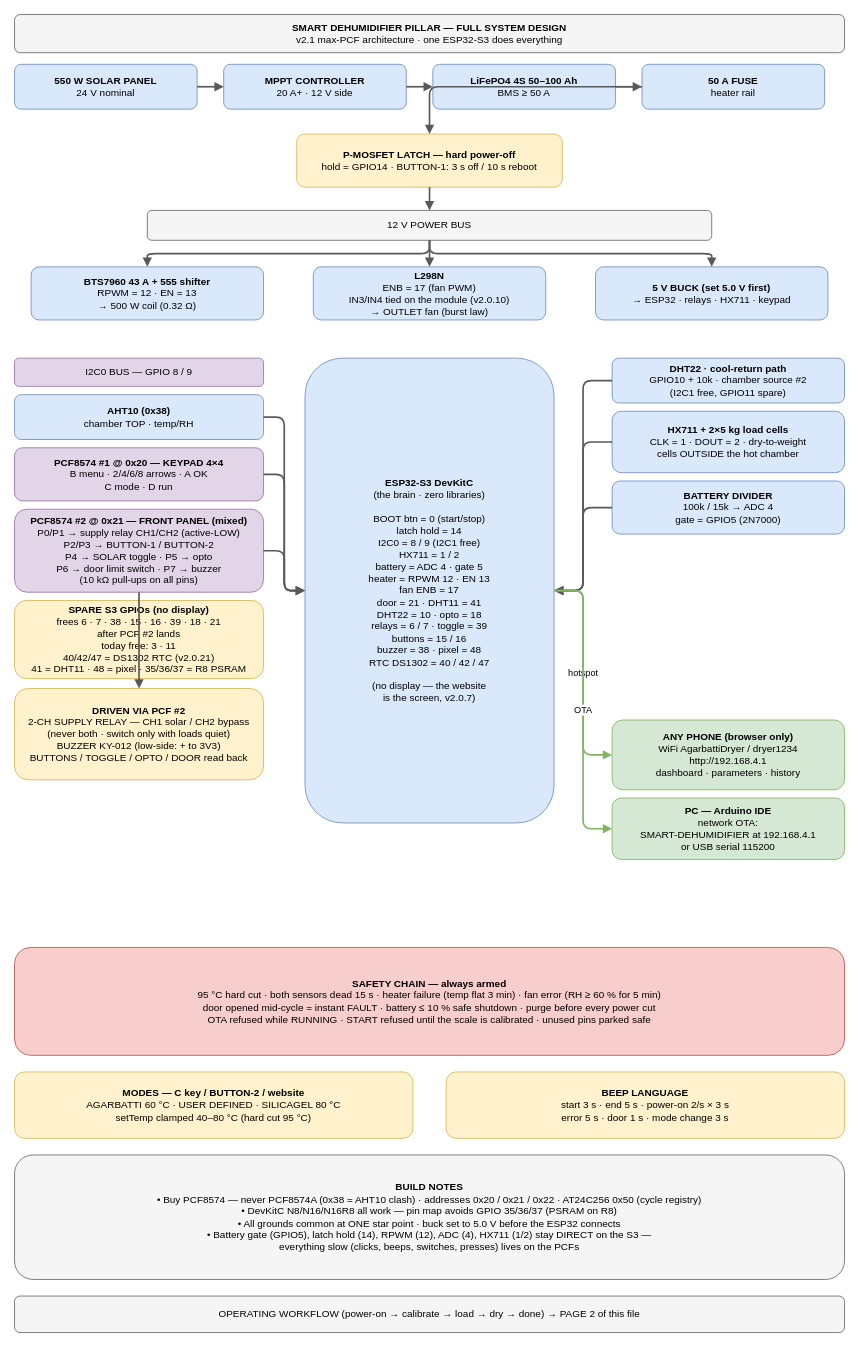
This is page "1 · System Design" (1 of 3) of SMART-DEHUMIDIFIER/docs/design-workflow.drawio from PAVAN-NIKHIL-993/SIH_2026_022, a draw.io file, before an edit. Source tidied: cells renumbered, new cells numbered last; positions are measured from the earlier drawing's top-left corner, leaving out a move shared by most shapes. Both pictures are drawn from the tidied source at 83%, with x=0, y=0 at pixel (14, 14).
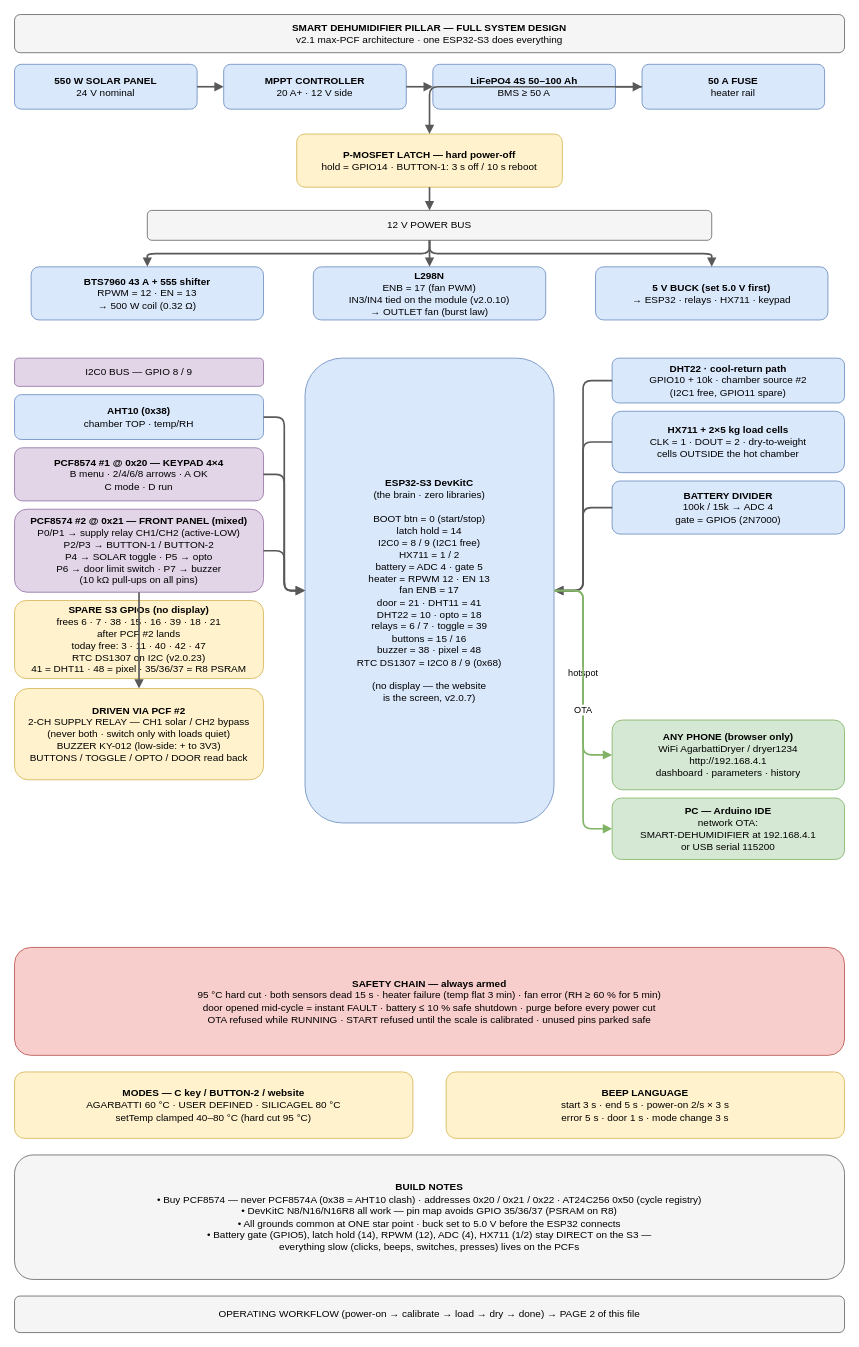
After the change.

Change to the diagram source:
```diff
@@
-    <mxCell id="12" value="&lt;b&gt;ESP32-S3 DevKitC&lt;/b&gt;&lt;br&gt;(the brain · zero libraries)&lt;br&gt;&lt;br&gt;BOOT btn = 0 (start/stop)&lt;br&gt;latch hold = 14&lt;br&gt;I2C0 = 8 / 9 (I2C1 free)&lt;br&gt;HX711 = 1 / 2&lt;br&gt;battery = ADC 4 · gate 5&lt;br&gt;heater = RPWM 12 · EN 13&lt;br&gt;fan ENB = 17&lt;br&gt;door = 21 · DHT11 = 41&lt;br&gt;DHT22 = 10 · opto = 18&lt;br&gt;relays = 6 / 7 · toggle = 39&lt;br&gt;buttons = 15 / 16&lt;br&gt;buzzer = 38 · pixel = 48&lt;br&gt;RTC DS1302 = 40 / 42 / 47&lt;br&gt;&lt;br&gt;(no display — the website&lt;br&gt;is the screen, v2.0.7)" style="rounded=1;whiteSpace=wrap;html=1;fillColor=#dae8fc;strokeColor=#6c8ebf;fontSize=12;" parent="1" vertex="1">
+    <mxCell id="12" value="&lt;b&gt;ESP32-S3 DevKitC&lt;/b&gt;&lt;br&gt;(the brain · zero libraries)&lt;br&gt;&lt;br&gt;BOOT btn = 0 (start/stop)&lt;br&gt;latch hold = 14&lt;br&gt;I2C0 = 8 / 9 (I2C1 free)&lt;br&gt;HX711 = 1 / 2&lt;br&gt;battery = ADC 4 · gate 5&lt;br&gt;heater = RPWM 12 · EN 13&lt;br&gt;fan ENB = 17&lt;br&gt;door = 21 · DHT11 = 41&lt;br&gt;DHT22 = 10 · opto = 18&lt;br&gt;relays = 6 / 7 · toggle = 39&lt;br&gt;buttons = 15 / 16&lt;br&gt;buzzer = 38 · pixel = 48&lt;br&gt;RTC DS1307 = I2C0 8 / 9 (0x68)&lt;br&gt;&lt;br&gt;(no display — the website&lt;br&gt;is the screen, v2.0.7)" style="rounded=1;whiteSpace=wrap;html=1;fillColor=#dae8fc;strokeColor=#6c8ebf;fontSize=12;" parent="1" vertex="1">
       <mxGeometry x="350" y="414" width="300" height="560" as="geometry" />
     </mxCell>
@@
-    <mxCell id="17" value="&lt;b&gt;SPARE S3 GPIOs (no display)&lt;/b&gt;&lt;br&gt;frees 6 · 7 · 38 · 15 · 16 · 39 · 18 · 21&lt;br&gt;after PCF #2 lands&lt;br&gt;today free: 3 · 11&lt;br&gt;40/42/47 = DS1302 RTC (v2.0.21)&lt;br&gt;41 = DHT11 · 48 = pixel · 35/36/37 = R8 PSRAM" style="rounded=1;whiteSpace=wrap;html=1;fillColor=#fff2cc;strokeColor=#d6b656;fontSize=12;" parent="1" vertex="1">
+    <mxCell id="17" value="&lt;b&gt;SPARE S3 GPIOs (no display)&lt;/b&gt;&lt;br&gt;frees 6 · 7 · 38 · 15 · 16 · 39 · 18 · 21&lt;br&gt;after PCF #2 lands&lt;br&gt;today free: 3 · 11 · 40 · 42 · 47&lt;br&gt;RTC DS1307 on I2C (v2.0.23)&lt;br&gt;41 = DHT11 · 48 = pixel · 35/36/37 = R8 PSRAM" style="rounded=1;whiteSpace=wrap;html=1;fillColor=#fff2cc;strokeColor=#d6b656;fontSize=12;" parent="1" vertex="1">
       <mxGeometry y="706" width="300" height="94" as="geometry" />
     </mxCell>
```
